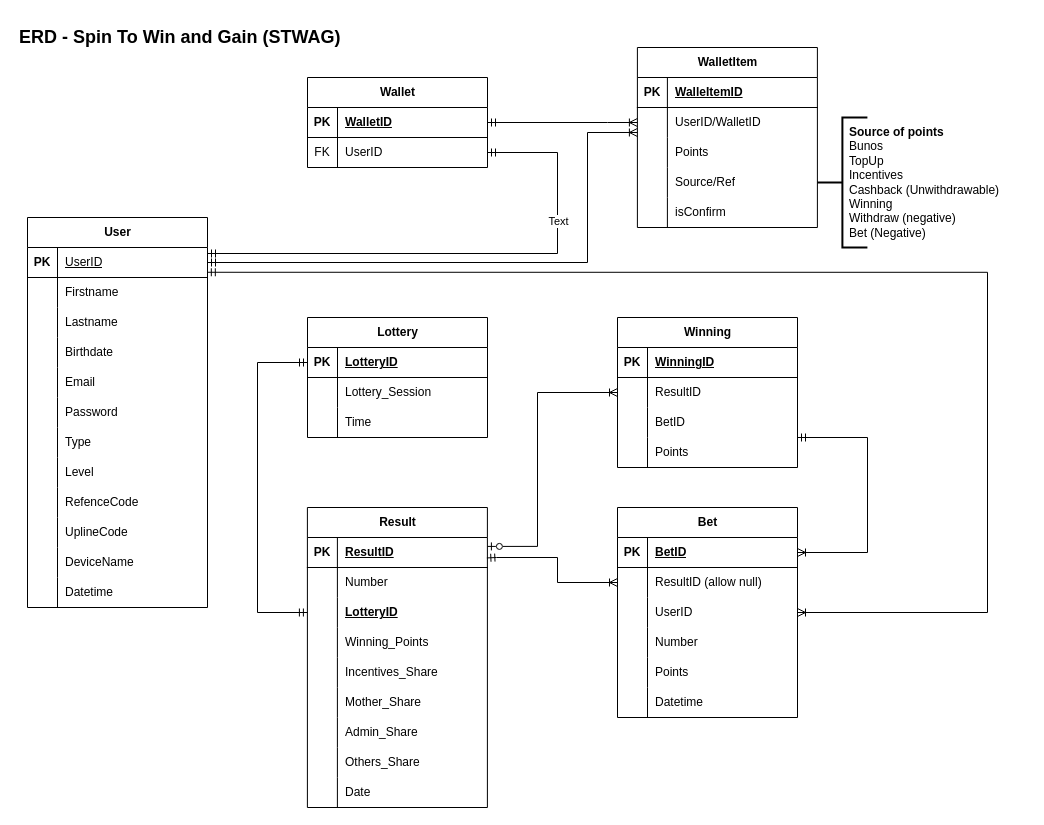
The draw.io diagram page "DFD" (3 of 3) of STWAG.drawio in ediangca/STWAG, before the edit. Source tidied: cells renumbered, new cells numbered last; positions are measured from the earlier drawing's top-left corner, leaving out a move shared by most shapes. Both pictures are drawn from the tidied source at 100%, with x=0, y=0 at pixel (17, 17).
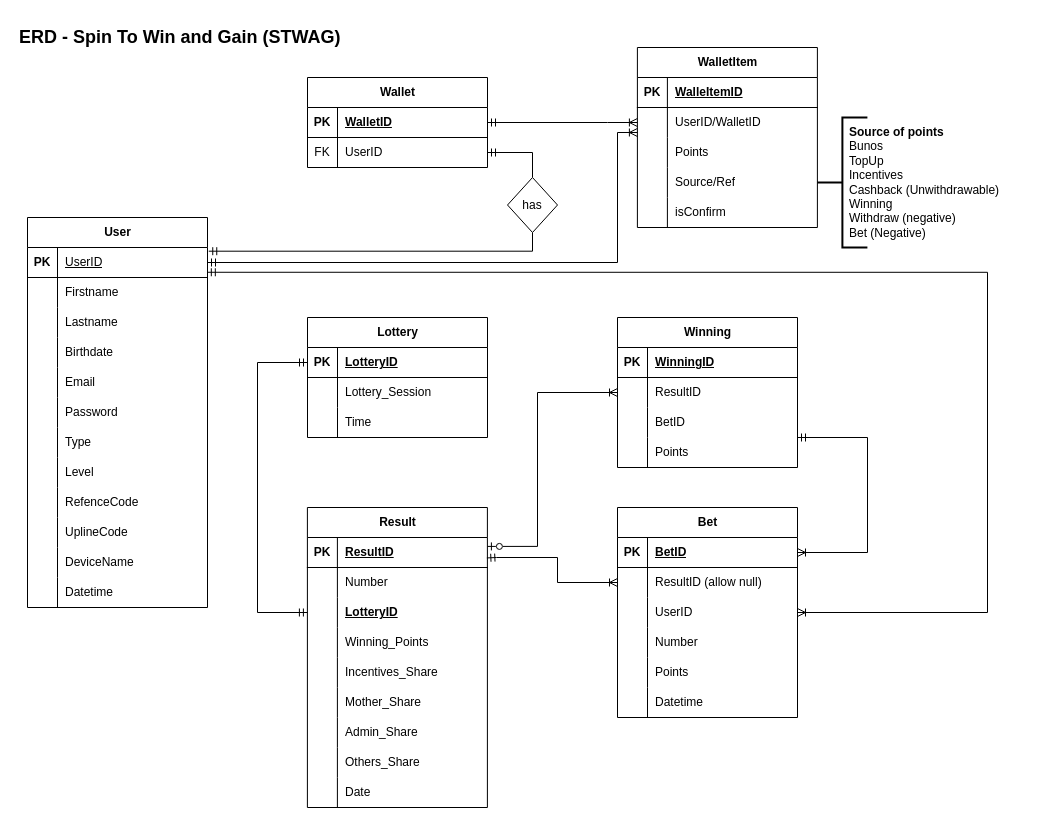
After the change.

Unchanged cells that the change refers to:
```xml
<mxCell id="7" style="shape=tableRow;horizontal=0;startSize=0;swimlaneHead=0;swimlaneBody=0;fillColor=none;points=[[0,0.5],[1,0.5]];portConstraint=eastwest;top=0;left=0;right=0;bottom=0;" parent="3" vertex="1">
  <mxGeometry y="60" width="180" height="30" as="geometry" />
</mxCell>
<mxCell id="14" style="shape=tableRow;horizontal=0;startSize=0;swimlaneHead=0;swimlaneBody=0;fillColor=none;points=[[0,0.5],[1,0.5]];portConstraint=eastwest;top=0;left=0;right=0;bottom=1;" parent="13" vertex="1">
  <mxGeometry y="30" width="180" height="30" as="geometry" />
</mxCell>
<mxCell id="130" style="shape=tableRow;horizontal=0;startSize=0;swimlaneHead=0;swimlaneBody=0;fillColor=none;points=[[0,0.5],[1,0.5]];portConstraint=eastwest;top=0;left=0;right=0;bottom=0;" parent="126" vertex="1">
  <mxGeometry y="60" width="180" height="30" as="geometry" />
</mxCell>
```

Diff of the diagram source:
```diff
@@
-    <mxCell id="10" style="edgeStyle=orthogonalEdgeStyle;fontSize=12;html=1;endArrow=ERmandOne;startArrow=ERmandOne;rounded=0;fontFamily=Helvetica;fontColor=default;fontStyle=1;exitX=1;exitY=0.5;exitDx=0;exitDy=0;endFill=0;startFill=0;" parent="1" edge="1" source="7" target="14">
-      <mxGeometry relative="1" as="geometry">
-        <Array as="points">
-          <mxPoint x="540" y="135" />
-          <mxPoint x="540" y="236" />
-        </Array>
-      </mxGeometry>
+    <mxCell id="10" style="edgeStyle=orthogonalEdgeStyle;fontSize=12;html=1;endArrow=ERmandOne;startArrow=none;rounded=0;fontFamily=Helvetica;fontColor=default;fontStyle=1;exitX=0.5;exitY=1;exitDx=0;exitDy=0;endFill=0;startFill=0;entryX=1.007;entryY=0.123;entryDx=0;entryDy=0;entryPerimeter=0;" parent="1" edge="1" source="147" target="14">
+      <mxGeometry relative="1" as="geometry" />
     </mxCell>
-    <mxCell id="11" value="Text" style="edgeLabel;html=1;align=center;verticalAlign=middle;" parent="10" vertex="1">
-      <mxGeometry x="-0.47" relative="1" as="geometry" />
-    </mxCell>
@@
     <mxCell id="145" style="edgeStyle=orthogonalEdgeStyle;fontSize=12;html=1;endArrow=ERmandOne;startArrow=ERoneToMany;rounded=0;fontFamily=Helvetica;fontColor=default;fontStyle=1;endFill=0;startFill=0;exitX=0;exitY=0.833;exitDx=0;exitDy=0;exitPerimeter=0;entryX=1;entryY=0.5;entryDx=0;entryDy=0;" parent="1" edge="1" source="130" target="14">
       <mxGeometry relative="1" as="geometry">
         <Array as="points">
-          <mxPoint x="570" y="115" />
-          <mxPoint x="570" y="245" />
+          <mxPoint x="600" y="115" />
+          <mxPoint x="600" y="245" />
         </Array>
       </mxGeometry>
     </mxCell>
+    <mxCell id="146" style="edgeStyle=orthogonalEdgeStyle;fontSize=12;html=1;endArrow=none;startArrow=ERmandOne;rounded=0;fontFamily=Helvetica;fontColor=default;fontStyle=1;exitX=1;exitY=0.5;exitDx=0;exitDy=0;endFill=0;startFill=0;entryX=0.5;entryY=0;entryDx=0;entryDy=0;" parent="1" edge="1" source="7" target="147">
+      <mxGeometry relative="1" as="geometry">
+        <Array as="points">
+          <mxPoint x="515" y="135" />
+        </Array>
+      </mxGeometry>
+    </mxCell>
+    <mxCell id="147" value="has" style="rhombus;whiteSpace=wrap;html=1;" parent="1" vertex="1">
+      <mxGeometry x="490" y="160" width="50" height="55" as="geometry" />
+    </mxCell>
```
